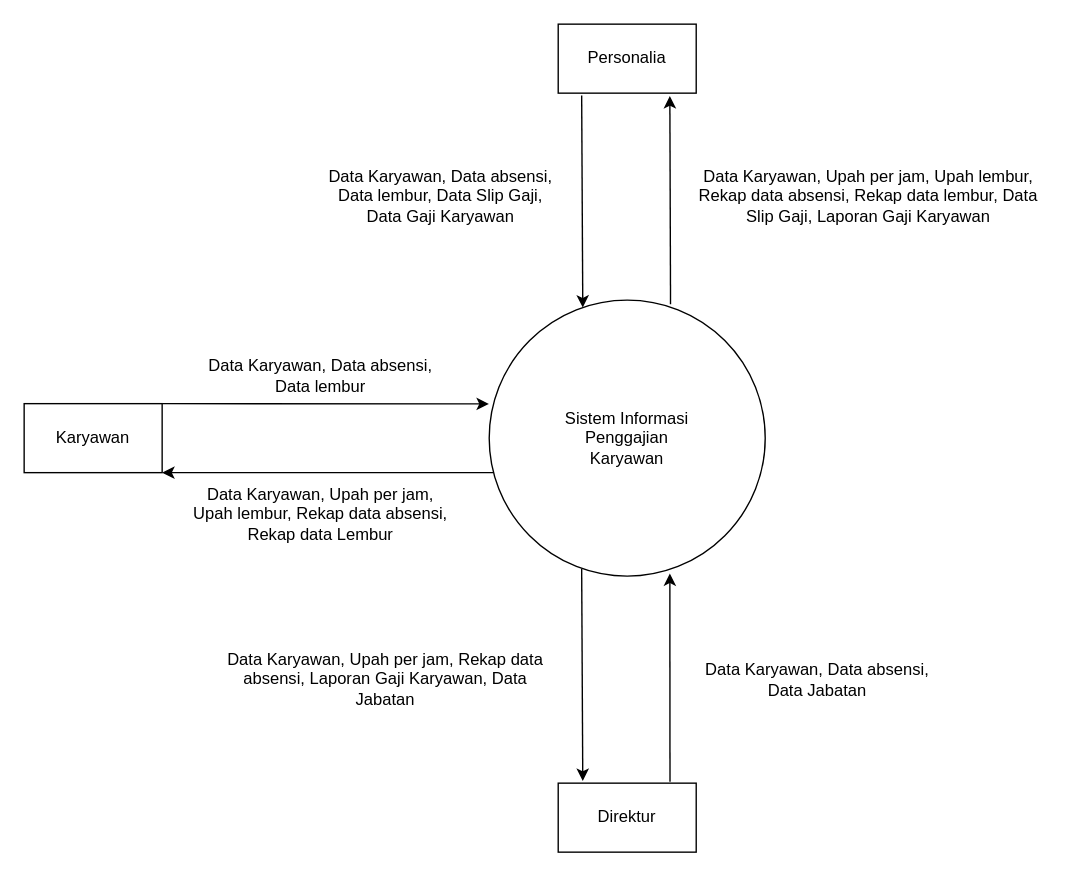
dapzz-id/DrawIO keeps this draw.io diagram as page "Halaman-1" (1 of 2) of DFD.drawio. Above is the earlier version. Source tidied: cells renumbered, new cells numbered last; positions are measured from the earlier drawing's top-left corner, leaving out a move shared by most shapes. Both pictures are drawn from the tidied source at 138%, with x=0, y=0 at pixel (23, 23).
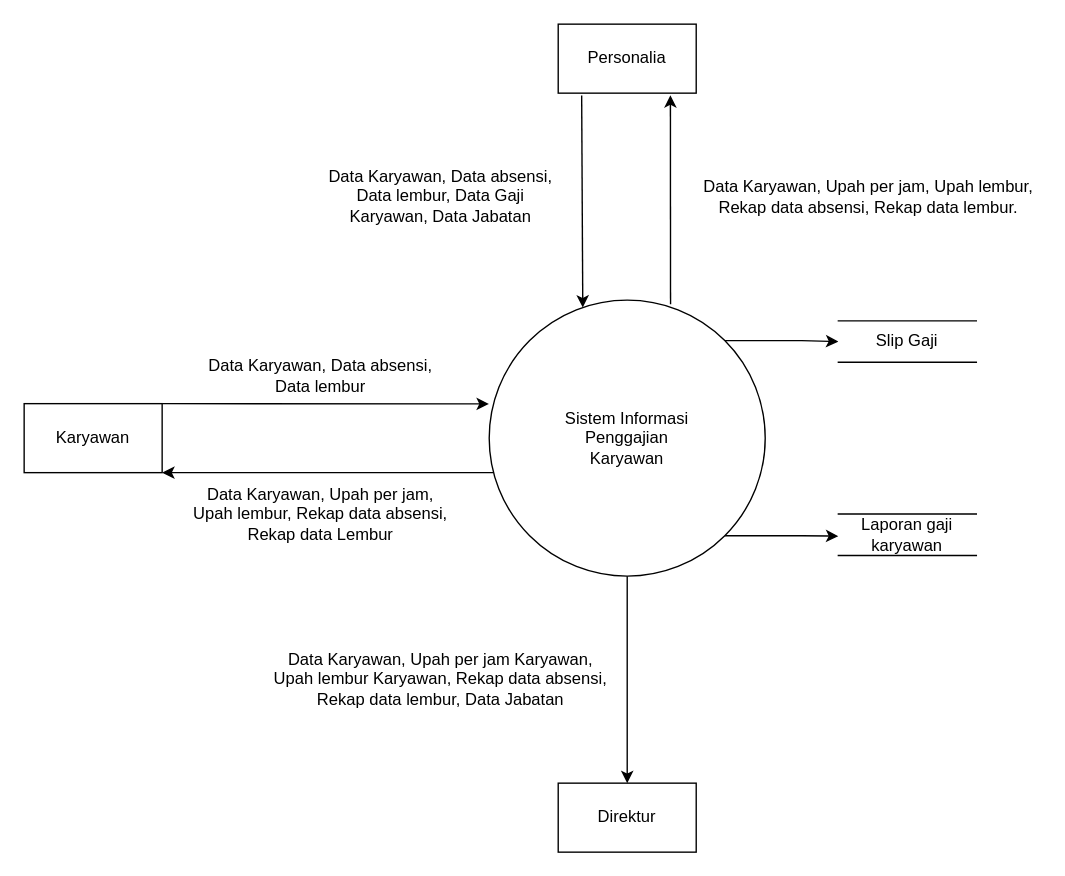
The same diagram, later.

Unchanged cells that the change refers to:
```xml
<mxCell id="2" value="Sistem Informasi&lt;div&gt;Penggajian&lt;/div&gt;&lt;div&gt;Karyawan&lt;/div&gt;" style="shape=ellipse;html=1;dashed=0;whiteSpace=wrap;perimeter=ellipsePerimeter;" parent="1" vertex="1">
  <mxGeometry x="337" y="200" width="200" height="200" as="geometry" />
</mxCell>
<mxCell id="7" value="Personalia" style="html=1;dashed=0;whiteSpace=wrap;" parent="1" vertex="1">
  <mxGeometry x="387" width="100" height="50" as="geometry" />
</mxCell>
<mxCell id="10" value="Direktur" style="html=1;dashed=0;whiteSpace=wrap;" parent="1" vertex="1">
  <mxGeometry x="387" y="550" width="100" height="50" as="geometry" />
</mxCell>
```

Diff of the diagram source:
```diff
@@
+    <mxCell id="18" style="edgeStyle=orthogonalEdgeStyle;rounded=0;jettySize=auto;html=1;exitX=1;exitY=0;exitDx=0;exitDy=0;entryX=0;entryY=0.5;entryDx=0;entryDy=0;" parent="1" edge="1" source="2" target="20">
+      <mxGeometry relative="1" as="geometry" />
+    </mxCell>
+    <mxCell id="19" style="edgeStyle=orthogonalEdgeStyle;rounded=0;jettySize=auto;html=1;exitX=1;exitY=1;exitDx=0;exitDy=0;" parent="1" edge="1" source="2">
+      <mxGeometry relative="1" as="geometry">
+        <mxPoint x="590" y="371" as="targetPoint" />
+      </mxGeometry>
+    </mxCell>
@@
-    <mxCell id="9" style="endArrow=classic;html=1;rounded=0;entryX=0.809;entryY=1.041;entryDx=0;entryDy=0;entryPerimeter=0;exitX=0.657;exitY=0.015;exitDx=0;exitDy=0;exitPerimeter=0;" parent="1" edge="1" source="2" target="7">
+    <mxCell id="9" style="endArrow=classic;html=1;rounded=0;entryX=0.813;entryY=1.029;entryDx=0;entryDy=0;entryPerimeter=0;exitX=0.657;exitY=0.015;exitDx=0;exitDy=0;exitPerimeter=0;" parent="1" edge="1" source="2" target="7">
       <mxGeometry relative="1" as="geometry" />
     </mxCell>
@@
-    <mxCell id="11" style="endArrow=classic;html=1;rounded=0;exitX=0.12;exitY=1.033;exitDx=0;exitDy=0;exitPerimeter=0;entryX=0.314;entryY=0.027;entryDx=0;entryDy=0;entryPerimeter=0;" parent="1" edge="1">
-      <mxGeometry relative="1" as="geometry">
-        <mxPoint x="404" y="394.7" as="sourcePoint" />
-        <mxPoint x="404.8" y="548.4" as="targetPoint" />
-      </mxGeometry>
+    <mxCell id="11" style="endArrow=classic;html=1;rounded=0;entryX=0.5;entryY=0;entryDx=0;entryDy=0;exitX=0.5;exitY=1;exitDx=0;exitDy=0;" parent="1" edge="1" source="2" target="10">
+      <mxGeometry relative="1" as="geometry" />
     </mxCell>
-    <mxCell id="12" style="endArrow=classic;html=1;rounded=0;entryX=0.809;entryY=1.041;entryDx=0;entryDy=0;entryPerimeter=0;exitX=0.657;exitY=0.015;exitDx=0;exitDy=0;exitPerimeter=0;" parent="1" edge="1">
-      <mxGeometry relative="1" as="geometry">
-        <mxPoint x="468" y="549" as="sourcePoint" />
-        <mxPoint x="467.9" y="398" as="targetPoint" />
-      </mxGeometry>
-    </mxCell>
-    <mxCell id="13" value="Data Karyawan, Upah per jam, Upah lembur, Rekap data absensi, Rekap data lembur, Data Slip Gaji, Laporan Gaji Karyawan" style="text;html=1;align=center;verticalAlign=middle;whiteSpace=wrap;rounded=0;" parent="1" vertex="1">
+    <mxCell id="13" value="Data Karyawan, Upah per jam, Upah lembur, Rekap data absensi, Rekap data lembur." style="text;html=1;align=center;verticalAlign=middle;whiteSpace=wrap;rounded=0;" parent="1" vertex="1">
       <mxGeometry x="487" y="110" width="250" height="30" as="geometry" />
     </mxCell>
@@
-    <mxCell id="15" value="Data Karyawan, Data absensi, Data lembur, Data Slip Gaji, Data Gaji Karyawan" style="text;html=1;align=center;verticalAlign=middle;whiteSpace=wrap;rounded=0;" parent="1" vertex="1">
+    <mxCell id="15" value="Data Karyawan, Data absensi, Data lembur, Data Gaji Karyawan, Data Jabatan" style="text;html=1;align=center;verticalAlign=middle;whiteSpace=wrap;rounded=0;" parent="1" vertex="1">
       <mxGeometry x="217" y="110" width="170" height="30" as="geometry" />
     </mxCell>
-    <mxCell id="16" value="Data Karyawan, Data absensi, Data Jabatan" style="text;html=1;align=center;verticalAlign=middle;whiteSpace=wrap;rounded=0;" parent="1" vertex="1">
-      <mxGeometry x="490" y="460" width="170" height="30" as="geometry" />
-    </mxCell>
-    <mxCell id="17" value="Data Karyawan, Upah per jam, Rekap data absensi, Laporan Gaji Karyawan, Data Jabatan" style="text;html=1;align=center;verticalAlign=middle;whiteSpace=wrap;rounded=0;" parent="1" vertex="1">
-      <mxGeometry x="137" y="460" width="250" height="30" as="geometry" />
+    <mxCell id="17" value="Data Karyawan, Upah per jam Karyawan, Upah lembur Karyawan, Rekap data absensi, Rekap data lembur, Data Jabatan" style="text;html=1;align=center;verticalAlign=middle;whiteSpace=wrap;rounded=0;" parent="1" vertex="1">
+      <mxGeometry x="177" y="460" width="250" height="30" as="geometry" />
     </mxCell>
+    <mxCell id="20" value="Slip Gaji" style="html=1;dashed=0;whiteSpace=wrap;shape=partialRectangle;right=0;left=0;" parent="1" vertex="1">
+      <mxGeometry x="590" y="215" width="100" height="30" as="geometry" />
+    </mxCell>
+    <mxCell id="21" value="Laporan gaji karyawan" style="html=1;dashed=0;whiteSpace=wrap;shape=partialRectangle;right=0;left=0;" parent="1" vertex="1">
+      <mxGeometry x="590" y="355" width="100" height="30" as="geometry" />
+    </mxCell>
```
